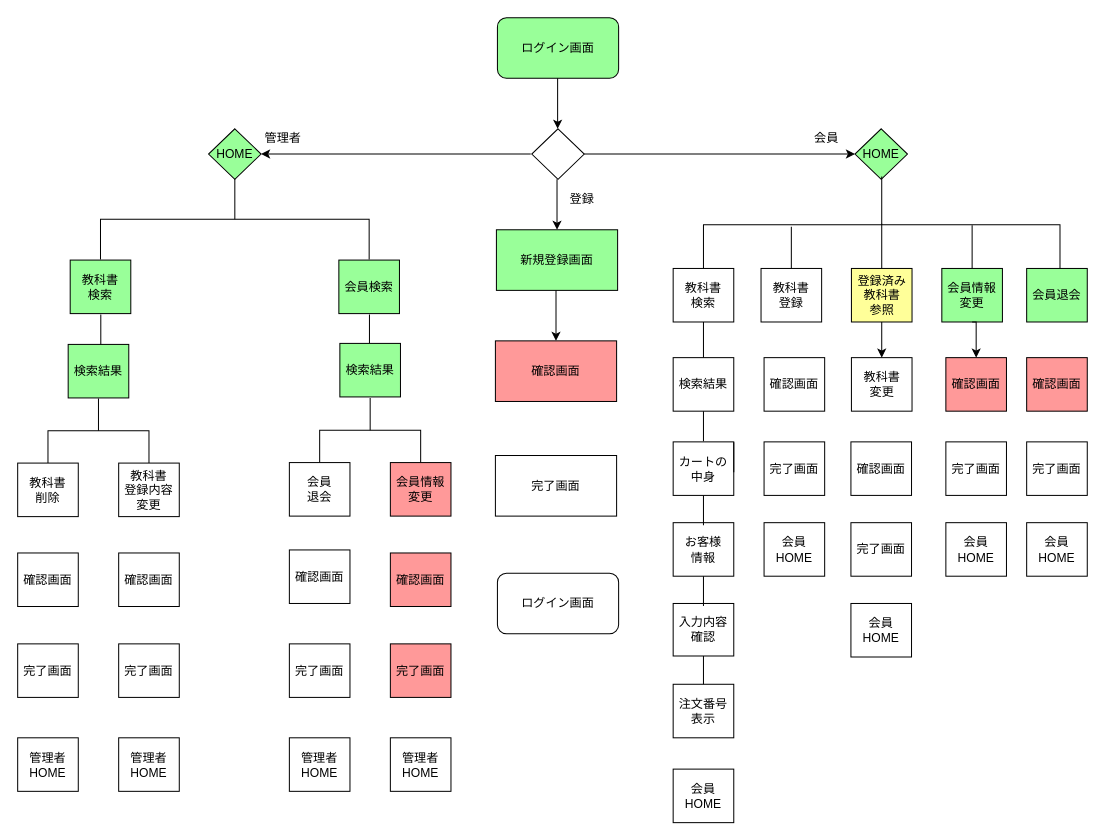
2022java42-student022/document keeps this draw.io diagram as 画面遷移図.drawio. Above is the earlier version. Source tidied: cells renumbered, new cells numbered last; positions are measured from the earlier drawing's top-left corner, leaving out a move shared by most shapes. Both pictures are drawn from the tidied source at 101%, with x=0, y=0 at pixel (17, 17).
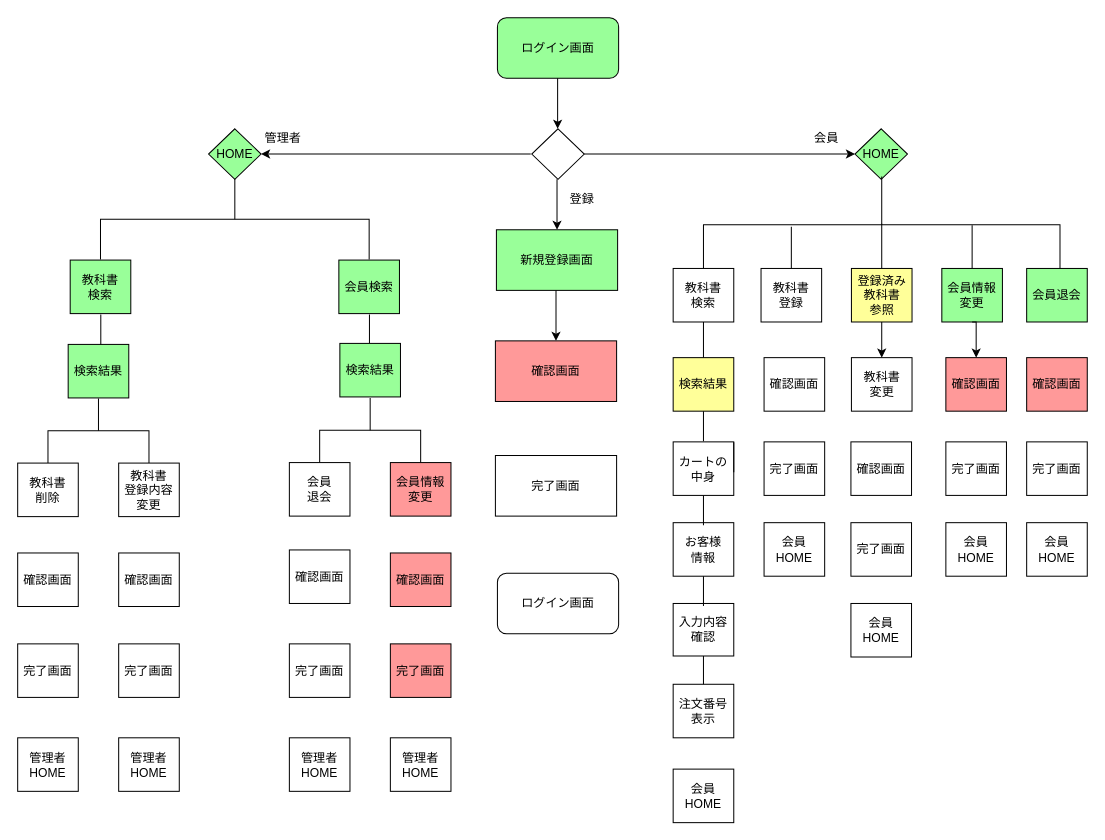
The same page after the edit.

Unchanged cells that the change refers to:
```xml
<mxCell id="13" style="group;" parent="1" vertex="1">
  <mxGeometry x="679" y="160" width="300" height="229.6" as="geometry" />
</mxCell>
```

The edit, as a diff of the source:
```diff
@@
-    <mxCell id="24" value="検索結果" style="rounded=0;whiteSpace=wrap;html=1;sketch=0;strokeWidth=1;" parent="13" vertex="1">
+    <mxCell id="24" value="検索結果" style="rounded=0;whiteSpace=wrap;html=1;sketch=0;strokeWidth=1;fillColor=#FFFF99;" parent="13" vertex="1">
       <mxGeometry x="-30" y="176.6" width="60" height="53" as="geometry" />
     </mxCell>
```
